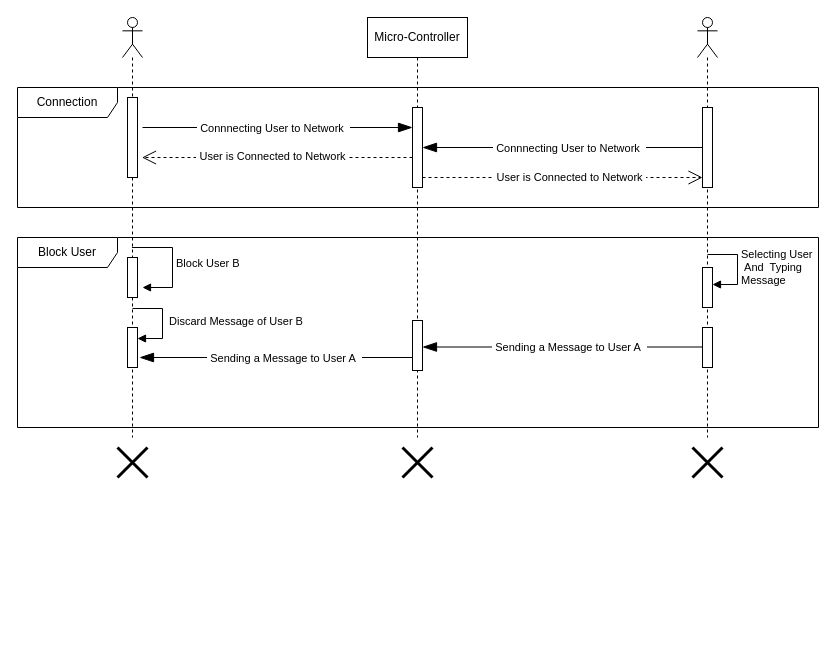
Before: Figures/Sequence Diagram/Draw-io/Block User.drawio in imharris24/AndroCom-Android, a draw.io diagram. Source tidied: cells renumbered, new cells numbered last; positions are measured from the earlier drawing's top-left corner, leaving out a move shared by most shapes. Both pictures are drawn from the tidied source at 100%, with x=0, y=0 at pixel (17, 17).
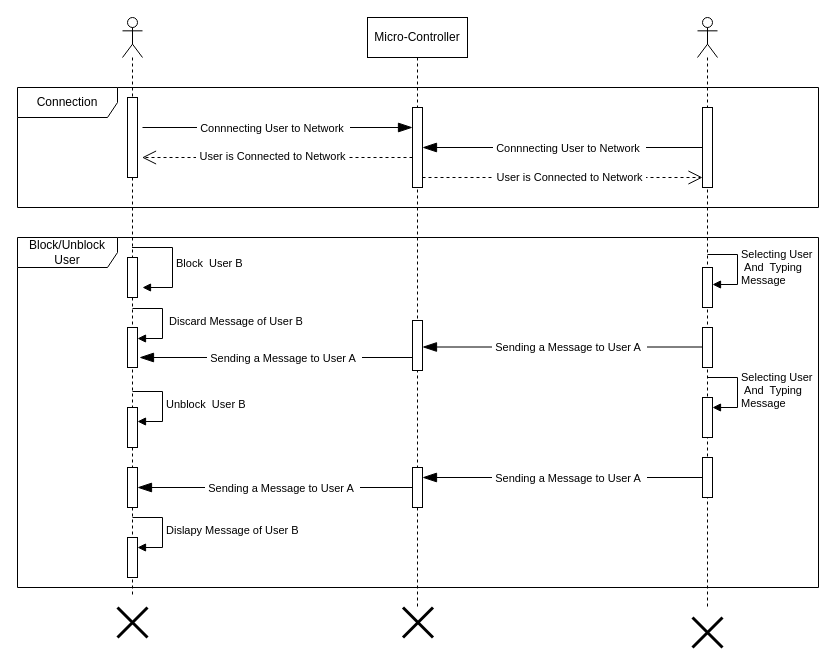
The same page after the edit.

Commit message (it also covers changes not shown here):
Adding and Updating Sequence Diagram

1. Request For Video Call
2. Block and Unblock user

What changed in the source:
```diff
@@
     <mxCell id="2" value="Micro-Controller" style="shape=umlLifeline;perimeter=lifelinePerimeter;whiteSpace=wrap;html=1;newEdgeStyle={&quot;edgeStyle&quot;:&quot;elbowEdgeStyle&quot;,&quot;elbow&quot;:&quot;vertical&quot;,&quot;curved&quot;:0,&quot;rounded&quot;:0};" parent="1" vertex="1">
-      <mxGeometry x="350" width="100" height="420" as="geometry" />
+      <mxGeometry x="350" width="100" height="590" as="geometry" />
     </mxCell>
+    <mxCell id="33" style="html=1;points=[[0,0,0,0,5],[0,1,0,0,-5],[1,0,0,0,5],[1,1,0,0,-5]];perimeter=orthogonalPerimeter;outlineConnect=0;targetShapes=umlLifeline;portConstraint=eastwest;newEdgeStyle={&quot;curved&quot;:0,&quot;rounded&quot;:0};" parent="2" vertex="1">
+      <mxGeometry x="45" y="450" width="10" height="40" as="geometry" />
+    </mxCell>
     <mxCell id="3" style="shape=umlLifeline;perimeter=lifelinePerimeter;whiteSpace=wrap;html=1;outlineConnect=0;portConstraint=eastwest;newEdgeStyle={&quot;curved&quot;:0,&quot;rounded&quot;:0};participant=umlActor;" parent="1" vertex="1">
-      <mxGeometry x="105" width="20" height="420" as="geometry" />
+      <mxGeometry x="105" width="20" height="580" as="geometry" />
     </mxCell>
@@
+    <mxCell id="34" style="html=1;perimeter=orthogonalPerimeter;targetShapes=umlLifeline;newEdgeStyle={&quot;curved&quot;:0,&quot;rounded&quot;:0};" parent="3" vertex="1">
+      <mxGeometry x="5" y="390" width="10" height="40" as="geometry" />
+    </mxCell>
+    <mxCell id="35" value="Unblock&amp;nbsp; User B" style="html=1;align=left;spacingLeft=2;endArrow=block;rounded=0;edgeStyle=orthogonalEdgeStyle;curved=0;rounded=0;" parent="3" edge="1">
+      <mxGeometry relative="1" as="geometry">
+        <mxPoint x="10" y="374" as="sourcePoint" />
+        <mxPoint x="15" y="404" as="targetPoint" />
+        <Array as="points">
+          <mxPoint x="40" y="404" />
+        </Array>
+      </mxGeometry>
+    </mxCell>
+    <mxCell id="36" style="html=1;perimeter=orthogonalPerimeter;targetShapes=umlLifeline;newEdgeStyle={&quot;curved&quot;:0,&quot;rounded&quot;:0};" parent="3" vertex="1">
+      <mxGeometry x="5" y="450" width="10" height="40" as="geometry" />
+    </mxCell>
+    <mxCell id="37" style="html=1;points=[[0,0,0,0,5],[0,1,0,0,-5],[1,0,0,0,5],[1,1,0,0,-5]];perimeter=orthogonalPerimeter;outlineConnect=0;targetShapes=umlLifeline;portConstraint=eastwest;newEdgeStyle={&quot;curved&quot;:0,&quot;rounded&quot;:0};" parent="3" vertex="1">
+      <mxGeometry x="5" y="520" width="10" height="40" as="geometry" />
+    </mxCell>
+    <mxCell id="38" value="Dislapy Message of User B" style="html=1;align=left;spacingLeft=2;endArrow=block;rounded=0;edgeStyle=orthogonalEdgeStyle;curved=0;rounded=0;" parent="3" edge="1" target="37">
+      <mxGeometry relative="1" as="geometry">
+        <mxPoint x="10" y="500" as="sourcePoint" />
+        <Array as="points">
+          <mxPoint x="40" y="530" />
+        </Array>
+      </mxGeometry>
+    </mxCell>
     <mxCell id="7" style="shape=umlDestroy;whiteSpace=wrap;html=1;strokeWidth=3;targetShapes=umlLifeline;" parent="1" vertex="1">
-      <mxGeometry x="100" y="430" width="30" height="30" as="geometry" />
+      <mxGeometry x="100" y="590" width="30" height="30" as="geometry" />
     </mxCell>
     <mxCell id="8" style="shape=umlDestroy;whiteSpace=wrap;html=1;strokeWidth=3;targetShapes=umlLifeline;" parent="1" vertex="1">
-      <mxGeometry x="385" y="430" width="30" height="30" as="geometry" />
+      <mxGeometry x="385.5" y="590" width="30" height="30" as="geometry" />
     </mxCell>
     <mxCell id="9" style="shape=umlLifeline;perimeter=lifelinePerimeter;whiteSpace=wrap;html=1;newEdgeStyle={&quot;curved&quot;:0,&quot;rounded&quot;:0};participant=umlActor;" parent="1" vertex="1">
-      <mxGeometry x="680" width="20" height="420" as="geometry" />
+      <mxGeometry x="680" width="20" height="590" as="geometry" />
     </mxCell>
@@
+    <mxCell id="39" style="html=1;points=[[0,0,0,0,5],[0,1,0,0,-5],[1,0,0,0,5],[1,1,0,0,-5]];perimeter=orthogonalPerimeter;outlineConnect=0;targetShapes=umlLifeline;portConstraint=eastwest;newEdgeStyle={&quot;curved&quot;:0,&quot;rounded&quot;:0};" parent="9" vertex="1">
+      <mxGeometry x="5" y="380" width="10" height="40" as="geometry" />
+    </mxCell>
+    <mxCell id="40" value="Selecting User&lt;br style=&quot;border-color: var(--border-color);&quot;&gt;&amp;nbsp;And&amp;nbsp; Typing&amp;nbsp;&lt;br style=&quot;border-color: var(--border-color);&quot;&gt;Message" style="html=1;align=left;spacingLeft=2;endArrow=block;rounded=0;edgeStyle=orthogonalEdgeStyle;curved=0;rounded=0;" parent="9" edge="1" target="39">
+      <mxGeometry relative="1" as="geometry">
+        <mxPoint x="10" y="360" as="sourcePoint" />
+        <Array as="points">
+          <mxPoint x="40" y="390" />
+        </Array>
+      </mxGeometry>
+    </mxCell>
+    <mxCell id="41" style="html=1;perimeter=orthogonalPerimeter;targetShapes=umlLifeline;newEdgeStyle={&quot;curved&quot;:0,&quot;rounded&quot;:0};" parent="9" vertex="1">
+      <mxGeometry x="5" y="440" width="10" height="40" as="geometry" />
+    </mxCell>
     <mxCell id="14" style="shape=umlDestroy;whiteSpace=wrap;html=1;strokeWidth=3;targetShapes=umlLifeline;" parent="1" vertex="1">
-      <mxGeometry x="675" y="430" width="30" height="30" as="geometry" />
+      <mxGeometry x="675" y="600" width="30" height="30" as="geometry" />
     </mxCell>
@@
-    <mxCell id="25" value="Block User" style="shape=umlFrame;whiteSpace=wrap;html=1;width=100;height=30;" parent="1" vertex="1">
-      <mxGeometry y="220" width="801" height="190" as="geometry" />
+    <mxCell id="25" value="Block/Unblock User" style="shape=umlFrame;whiteSpace=wrap;html=1;width=100;height=30;" parent="1" vertex="1">
+      <mxGeometry y="220" width="801" height="350" as="geometry" />
     </mxCell>
-    <mxCell id="26" value="Block User B" style="html=1;align=left;spacingLeft=2;endArrow=block;rounded=0;edgeStyle=orthogonalEdgeStyle;curved=0;rounded=0;" parent="1" edge="1" source="3">
+    <mxCell id="26" value="Block&amp;nbsp; User B" style="html=1;align=left;spacingLeft=2;endArrow=block;rounded=0;edgeStyle=orthogonalEdgeStyle;curved=0;rounded=0;" parent="1" edge="1" source="3">
       <mxGeometry x="0.01" relative="1" as="geometry">
         <mxPoint x="125" y="270" as="targetPoint" />
         <Array as="points">
           <mxPoint x="155" y="230" />
           <mxPoint x="155" y="270" />
         </Array>
       </mxGeometry>
     </mxCell>
@@
+    <mxCell id="42" style="endArrow=blockThin;endFill=1;endSize=12;html=1;rounded=0;" parent="1" edge="1" target="33">
+      <mxGeometry relative="1" as="geometry">
+        <mxPoint x="685" y="460" as="sourcePoint" />
+      </mxGeometry>
+    </mxCell>
+    <mxCell id="43" value="&amp;nbsp;Sending a Message to User A&amp;nbsp;&amp;nbsp;" style="edgeLabel;html=1;align=center;verticalAlign=middle;" parent="42" vertex="1">
+      <mxGeometry x="-0.01" y="-3" relative="1" as="geometry">
+        <mxPoint x="5" y="3" as="offset" />
+      </mxGeometry>
+    </mxCell>
+    <mxCell id="44" style="endArrow=blockThin;endFill=1;endSize=12;html=1;rounded=0;" parent="1" edge="1">
+      <mxGeometry relative="1" as="geometry">
+        <mxPoint x="395" y="470" as="sourcePoint" />
+        <mxPoint x="120" y="470" as="targetPoint" />
+      </mxGeometry>
+    </mxCell>
+    <mxCell id="45" value="&amp;nbsp;Sending a Message to User A&amp;nbsp;&amp;nbsp;" style="edgeLabel;html=1;align=center;verticalAlign=middle;" parent="44" vertex="1">
+      <mxGeometry x="-0.01" y="-3" relative="1" as="geometry">
+        <mxPoint x="5" y="3" as="offset" />
+      </mxGeometry>
+    </mxCell>
```
